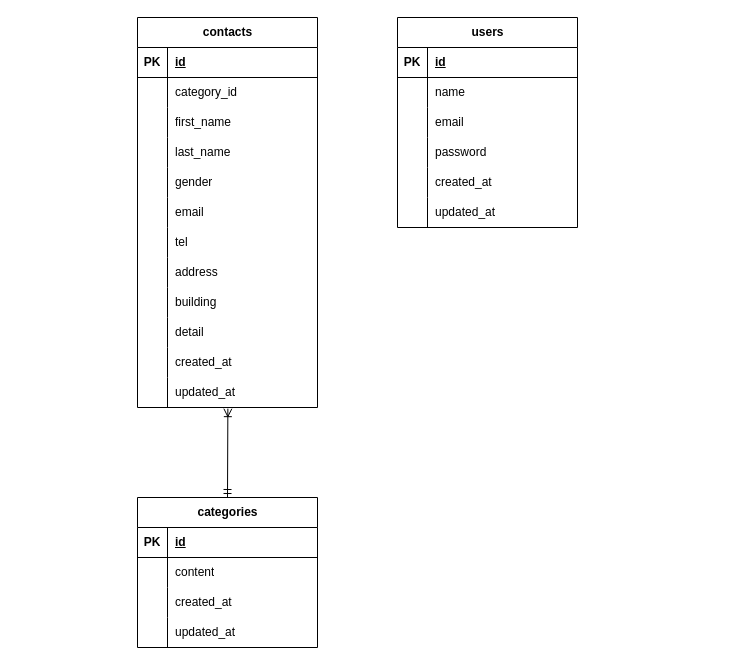
The draw.io diagram src/docs/er-diagram.drawio in YAMA-A11Y/test_contact-form, before the edit. Source tidied: cells renumbered, new cells numbered last; positions are measured from the earlier drawing's top-left corner, leaving out a move shared by most shapes. Both pictures are drawn from the tidied source at 100%, with x=0, y=0 at pixel (137, 17).
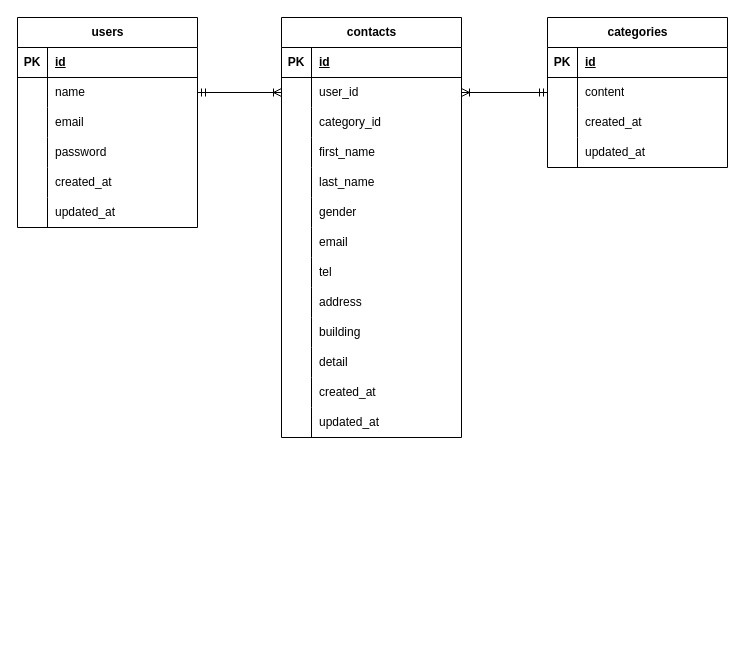
Above is the later version.

Commit message (it also covers changes not shown here):
Update ER diagram for user-contact relationship

The change refers to these unchanged cells:
```xml
<mxCell id="6" style="shape=tableRow;horizontal=0;startSize=0;swimlaneHead=0;swimlaneBody=0;fillColor=none;points=[[0,0.5],[1,0.5]];portConstraint=eastwest;top=0;left=0;right=0;bottom=0;" parent="2" vertex="1">
  <mxGeometry y="60" width="180" height="30" as="geometry" />
</mxCell>
<mxCell id="43" style="shape=tableRow;horizontal=0;startSize=0;swimlaneHead=0;swimlaneBody=0;fillColor=none;points=[[0,0.5],[1,0.5]];portConstraint=eastwest;top=0;left=0;right=0;bottom=0;" parent="39" vertex="1">
  <mxGeometry y="60" width="180" height="30" as="geometry" />
</mxCell>
<mxCell id="56" style="shape=tableRow;horizontal=0;startSize=0;swimlaneHead=0;swimlaneBody=0;fillColor=none;points=[[0,0.5],[1,0.5]];portConstraint=eastwest;top=0;left=0;right=0;bottom=0;" parent="52" vertex="1">
  <mxGeometry y="60" width="180" height="30" as="geometry" />
</mxCell>
```

The edit, as a diff of the source:
```diff
@@
     <mxCell id="2" value="contacts" style="shape=table;startSize=30;childLayout=tableLayout;rowLines=0;fontStyle=1;align=center;html=1;" parent="1" vertex="1">
-      <mxGeometry width="180" height="390" as="geometry" />
+      <mxGeometry x="144" width="180" height="420" as="geometry" />
     </mxCell>
@@
-    <mxCell id="8" value="category_id" style="shape=partialRectangle;fillColor=none;top=0;left=0;bottom=0;right=0;align=left;spacingLeft=6;overflow=hidden;whiteSpace=wrap;html=1;" parent="6" vertex="1">
+    <mxCell id="8" value="user_id" style="shape=partialRectangle;fillColor=none;top=0;left=0;bottom=0;right=0;align=left;spacingLeft=6;overflow=hidden;whiteSpace=wrap;html=1;" parent="6" vertex="1">
       <mxGeometry x="30" width="150" height="30" as="geometry" />
     </mxCell>
+    <mxCell id="72" style="shape=tableRow;horizontal=0;startSize=0;swimlaneHead=0;swimlaneBody=0;fillColor=none;top=0;left=0;right=0;bottom=0;" parent="2" vertex="1">
+      <mxGeometry y="90" width="180" height="30" as="geometry" />
+    </mxCell>
+    <mxCell id="73" style="shape=partialRectangle;fillColor=none;top=0;left=0;bottom=0;right=0;overflow=hidden;whiteSpace=wrap;html=1;" parent="72" vertex="1">
+      <mxGeometry width="30" height="30" as="geometry" />
+    </mxCell>
+    <mxCell id="74" value="category_id" style="shape=partialRectangle;fillColor=none;top=0;left=0;bottom=0;right=0;align=left;spacingLeft=6;overflow=hidden;whiteSpace=wrap;html=1;" parent="72" vertex="1">
+      <mxGeometry x="30" width="150" height="30" as="geometry" />
+    </mxCell>
     <mxCell id="9" style="shape=tableRow;horizontal=0;startSize=0;swimlaneHead=0;swimlaneBody=0;fillColor=none;top=0;left=0;right=0;bottom=0;" parent="2" vertex="1">
-      <mxGeometry y="90" width="180" height="30" as="geometry" />
+      <mxGeometry y="120" width="180" height="30" as="geometry" />
     </mxCell>
@@
     <mxCell id="12" style="shape=tableRow;horizontal=0;startSize=0;swimlaneHead=0;swimlaneBody=0;fillColor=none;top=0;left=0;right=0;bottom=0;" parent="2" vertex="1">
-      <mxGeometry y="120" width="180" height="30" as="geometry" />
+      <mxGeometry y="150" width="180" height="30" as="geometry" />
     </mxCell>
@@
     <mxCell id="15" style="shape=tableRow;horizontal=0;startSize=0;swimlaneHead=0;swimlaneBody=0;fillColor=none;top=0;left=0;right=0;bottom=0;" parent="2" vertex="1">
-      <mxGeometry y="150" width="180" height="30" as="geometry" />
+      <mxGeometry y="180" width="180" height="30" as="geometry" />
     </mxCell>
@@
     <mxCell id="18" style="shape=tableRow;horizontal=0;startSize=0;swimlaneHead=0;swimlaneBody=0;fillColor=none;top=0;left=0;right=0;bottom=0;" parent="2" vertex="1">
-      <mxGeometry y="180" width="180" height="30" as="geometry" />
+      <mxGeometry y="210" width="180" height="30" as="geometry" />
     </mxCell>
@@
     <mxCell id="21" style="shape=tableRow;horizontal=0;startSize=0;swimlaneHead=0;swimlaneBody=0;fillColor=none;top=0;left=0;right=0;bottom=0;" parent="2" vertex="1">
-      <mxGeometry y="210" width="180" height="30" as="geometry" />
+      <mxGeometry y="240" width="180" height="30" as="geometry" />
     </mxCell>
@@
     <mxCell id="24" style="shape=tableRow;horizontal=0;startSize=0;swimlaneHead=0;swimlaneBody=0;fillColor=none;top=0;left=0;right=0;bottom=0;" parent="2" vertex="1">
-      <mxGeometry y="240" width="180" height="30" as="geometry" />
+      <mxGeometry y="270" width="180" height="30" as="geometry" />
     </mxCell>
@@
     <mxCell id="27" style="shape=tableRow;horizontal=0;startSize=0;swimlaneHead=0;swimlaneBody=0;fillColor=none;top=0;left=0;right=0;bottom=0;" parent="2" vertex="1">
-      <mxGeometry y="270" width="180" height="30" as="geometry" />
+      <mxGeometry y="300" width="180" height="30" as="geometry" />
     </mxCell>
@@
     <mxCell id="30" style="shape=tableRow;horizontal=0;startSize=0;swimlaneHead=0;swimlaneBody=0;fillColor=none;top=0;left=0;right=0;bottom=0;" parent="2" vertex="1">
-      <mxGeometry y="300" width="180" height="30" as="geometry" />
+      <mxGeometry y="330" width="180" height="30" as="geometry" />
     </mxCell>
@@
     <mxCell id="33" style="shape=tableRow;horizontal=0;startSize=0;swimlaneHead=0;swimlaneBody=0;fillColor=none;top=0;left=0;right=0;bottom=0;" parent="2" vertex="1">
-      <mxGeometry y="330" width="180" height="30" as="geometry" />
+      <mxGeometry y="360" width="180" height="30" as="geometry" />
     </mxCell>
@@
     <mxCell id="36" style="shape=tableRow;horizontal=0;startSize=0;swimlaneHead=0;swimlaneBody=0;fillColor=none;points=[[0,0.5],[1,0.5]];portConstraint=eastwest;top=0;left=0;right=0;bottom=0;" parent="2" vertex="1">
-      <mxGeometry y="360" width="180" height="30" as="geometry" />
+      <mxGeometry y="390" width="180" height="30" as="geometry" />
     </mxCell>
@@
     <mxCell id="39" value="categories" style="shape=table;startSize=30;childLayout=tableLayout;rowLines=0;fontStyle=1;align=center;html=1;" parent="1" vertex="1">
-      <mxGeometry y="480" width="180" height="150" as="geometry" />
+      <mxGeometry x="410" width="180" height="150" as="geometry" />
     </mxCell>
@@
     <mxCell id="52" value="users" style="shape=table;startSize=30;childLayout=tableLayout;rowLines=0;fontStyle=1;align=center;html=1;" parent="1" vertex="1">
-      <mxGeometry x="260" width="180" height="210" as="geometry" />
+      <mxGeometry x="-120" width="180" height="210" as="geometry" />
     </mxCell>
@@
-    <mxCell id="71" style="fontSize=12;html=1;endArrow=ERoneToMany;startArrow=ERmandOne;rounded=0;exitX=0.5;exitY=0;exitDx=0;exitDy=0;entryX=0.502;entryY=1.039;entryDx=0;entryDy=0;entryPerimeter=0;" parent="1" edge="1" source="39" target="36">
-      <mxGeometry relative="1" as="geometry" />
-    </mxCell>
+    <mxCell id="75" style="fontSize=12;html=1;endArrow=ERoneToMany;startArrow=ERmandOne;rounded=0;exitX=1;exitY=0.5;exitDx=0;exitDy=0;entryX=0;entryY=0.5;entryDx=0;entryDy=0;" parent="1" edge="1" source="56" target="6">
+      <mxGeometry relative="1" as="geometry" />
+    </mxCell>
+    <mxCell id="76" style="fontSize=12;html=1;endArrow=ERoneToMany;startArrow=ERmandOne;rounded=0;exitX=0;exitY=0.5;exitDx=0;exitDy=0;entryX=1;entryY=0.5;entryDx=0;entryDy=0;" parent="1" edge="1" source="43" target="6">
+      <mxGeometry relative="1" as="geometry" />
+    </mxCell>
```
